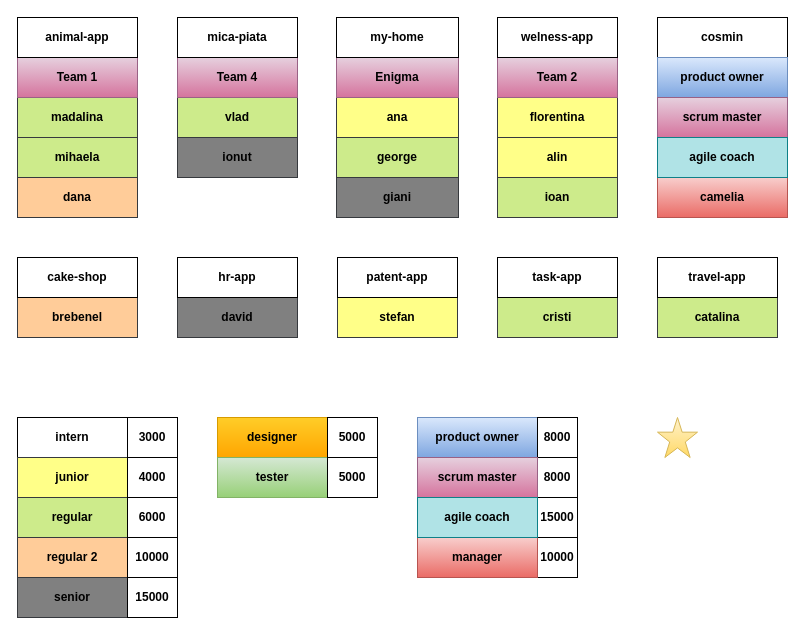
This is docs/team RO23.drawio from cosminbucur/final-ro23, a draw.io file, before an edit. Source tidied: cells renumbered, new cells numbered last; positions are measured from the earlier drawing's top-left corner, leaving out a move shared by most shapes. Both pictures are drawn from the tidied source at 100%, with x=0, y=0 at pixel (17, 17).
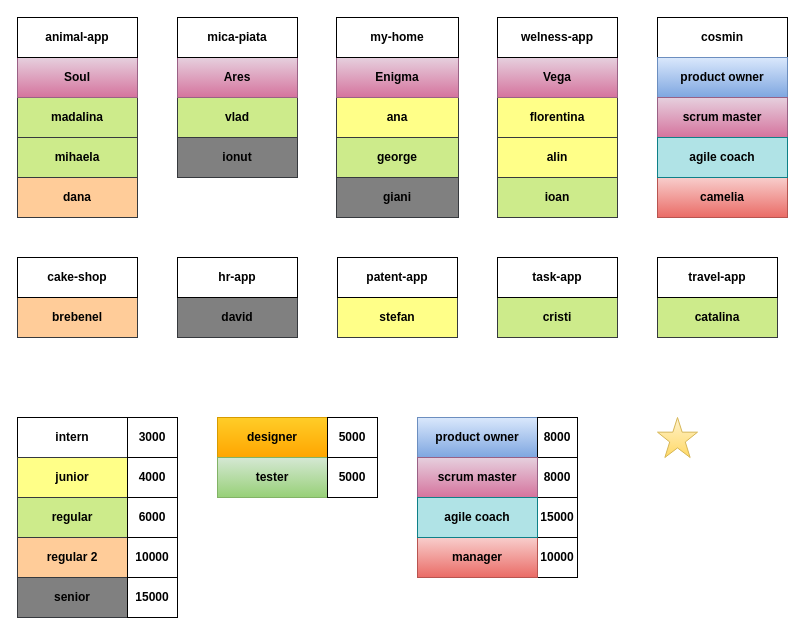
The same page after the edit.

The change refers to these unchanged cells:
```xml
<mxCell id="37" style="group;" parent="1" vertex="1">
  <mxGeometry x="160" width="120" height="160" as="geometry" />
</mxCell>
<mxCell id="48" style="group;" parent="1" vertex="1">
  <mxGeometry x="480" width="120" height="200" as="geometry" />
</mxCell>
```

Diff of the diagram source:
```diff
@@
-    <mxCell id="31" style="group;" parent="1" vertex="1">
+    <mxCell id="31" style="group;fillColor=#d5e8d4;strokeColor=#82b366;" parent="1" vertex="1">
       <mxGeometry width="120" height="200" as="geometry" />
     </mxCell>
@@
-    <mxCell id="35" value="Team 1" style="rounded=0;whiteSpace=wrap;html=1;fontStyle=1;gradientColor=#d5739d;fillColor=#e6d0de;strokeColor=#996185;" parent="31" vertex="1">
+    <mxCell id="35" value="Soul" style="rounded=0;whiteSpace=wrap;html=1;fontStyle=1;gradientColor=#d5739d;fillColor=#e6d0de;strokeColor=#996185;" parent="31" vertex="1">
       <mxGeometry y="40" width="120" height="40" as="geometry" />
     </mxCell>
@@
-    <mxCell id="40" value="Team 4" style="rounded=0;whiteSpace=wrap;html=1;fontStyle=1;gradientColor=#d5739d;fillColor=#e6d0de;strokeColor=#996185;" parent="37" vertex="1">
+    <mxCell id="40" value="Ares" style="rounded=0;whiteSpace=wrap;html=1;fontStyle=1;gradientColor=#d5739d;fillColor=#e6d0de;strokeColor=#996185;" parent="37" vertex="1">
       <mxGeometry y="40" width="120" height="40" as="geometry" />
     </mxCell>
@@
-    <mxCell id="52" value="Team 2" style="rounded=0;whiteSpace=wrap;html=1;fontStyle=1;gradientColor=#d5739d;fillColor=#e6d0de;strokeColor=#996185;" parent="48" vertex="1">
+    <mxCell id="52" value="Vega" style="rounded=0;whiteSpace=wrap;html=1;fontStyle=1;gradientColor=#d5739d;fillColor=#e6d0de;strokeColor=#996185;" parent="48" vertex="1">
       <mxGeometry y="40" width="120" height="40" as="geometry" />
     </mxCell>
```
